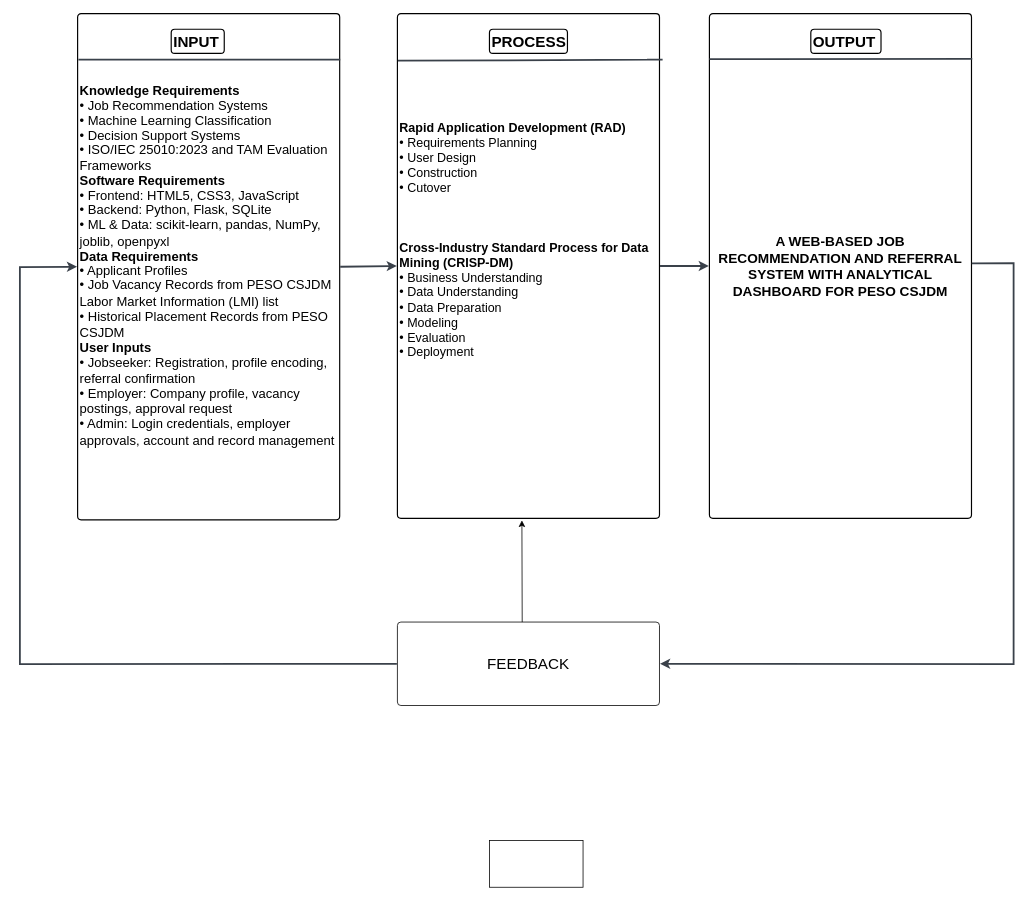
This is DOCUMENTATION/PAPER/diagrams/conceptualframework.drawio.xml from leandroalabado20/CAPSTONE, a draw.io file, before an edit. Source tidied: cells renumbered, new cells numbered last; positions are measured from the earlier drawing's top-left corner, leaving out a move shared by most shapes. Both pictures are drawn from the tidied source at 78%, with x=0, y=0 at pixel (20, 13).
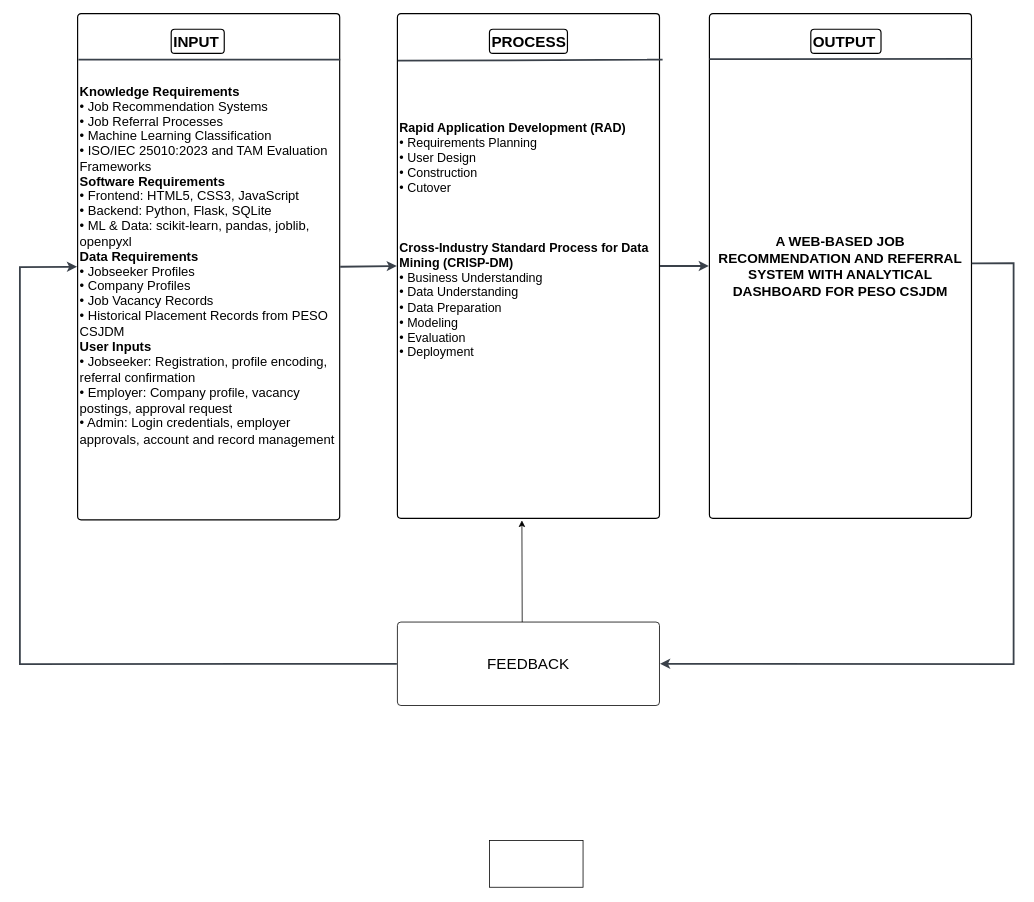
Above is the later version.

Commit message (it also covers changes not shown here):
Refactor diagrams, paper prose, and DB schema for consistency

Change to the diagram source:
```diff
@@
-    <mxCell id="2" value="&lt;div style=&quot;display: flex; justify-content: flex-start; text-align: left; align-items: baseline; font-size: 0; line-height: 1.25;margin-top: -2px;&quot;&gt;&lt;span&gt;&lt;span style=&quot;font-size:16.7px;font-weight: bold;&quot;&gt;Knowledge Requirements&lt;/span&gt;&lt;span style=&quot;font-size:16.7px;&quot;&gt;&#10;&lt;/span&gt;&lt;/span&gt;&lt;/div&gt;&lt;div style=&quot;display: flex; justify-content: flex-start; text-align: left; align-items: baseline; font-size: 0; line-height: 1.25;margin-top: -2px;&quot;&gt;&lt;span&gt;&lt;span style=&quot;font-size:16.7px;&quot;&gt;• Job Recommendation Systems&#10;&lt;/span&gt;&lt;/span&gt;&lt;/div&gt;&lt;div style=&quot;display: flex; justify-content: flex-start; text-align: left; align-items: baseline; font-size: 0; line-height: 1.25;margin-top: -2px;&quot;&gt;&lt;span&gt;&lt;span style=&quot;font-size:16.7px;&quot;&gt;• Machine Learning Classification&#10;&lt;/span&gt;&lt;/span&gt;&lt;/div&gt;&lt;div style=&quot;display: flex; justify-content: flex-start; text-align: left; align-items: baseline; font-size: 0; line-height: 1.25;margin-top: -2px;&quot;&gt;&lt;span&gt;&lt;span style=&quot;font-size:16.7px;&quot;&gt;• Decision Support Systems&#10;&lt;/span&gt;&lt;/span&gt;&lt;/div&gt;&lt;div style=&quot;display: flex; justify-content: flex-start; text-align: left; align-items: baseline; font-size: 0; line-height: 1.25;margin-top: -2px;&quot;&gt;&lt;span&gt;&lt;span style=&quot;font-size:16.7px;&quot;&gt;• ISO/IEC 25010:2023 and TAM Evaluation Frameworks&#10;&lt;/span&gt;&lt;/span&gt;&lt;/div&gt;&lt;div style=&quot;display: flex; justify-content: flex-start; text-align: left; align-items: baseline; font-size: 0; line-height: 1.25;margin-top: -2px;&quot;&gt;&lt;span&gt;&lt;span style=&quot;font-size:16.7px;&quot;&gt;&lt;span style=&quot;font-size:16.7px;font-weight: bold;&quot;&gt;Software Requirements&lt;/span&gt;&lt;span style=&quot;font-size:16.7px;&quot;&gt;&#10;&lt;/span&gt;&lt;/span&gt;&lt;/span&gt;&lt;/div&gt;&lt;div style=&quot;display: flex; justify-content: flex-start; text-align: left; align-items: baseline; font-size: 0; line-height: 1.25;margin-top: -2px;&quot;&gt;&lt;span&gt;&lt;span style=&quot;font-size:16.7px;&quot;&gt;• Frontend: HTML5, CSS3,  JavaScript&#10;&lt;/span&gt;&lt;/span&gt;&lt;/div&gt;&lt;div style=&quot;display: flex; justify-content: flex-start; text-align: left; align-items: baseline; font-size: 0; line-height: 1.25;margin-top: -2px;&quot;&gt;&lt;span&gt;&lt;span style=&quot;font-size:16.7px;&quot;&gt;• Backend: Python, Flask, SQLite&#10;&lt;/span&gt;&lt;/span&gt;&lt;/div&gt;&lt;div style=&quot;display: flex; justify-content: flex-start; text-align: left; align-items: baseline; font-size: 0; line-height: 1.25;margin-top: -2px;&quot;&gt;&lt;span&gt;&lt;span style=&quot;font-size:16.7px;&quot;&gt;• ML &amp; Data: scikit-learn, pandas, NumPy, joblib, openpyxl&#10;&lt;/span&gt;&lt;/span&gt;&lt;/div&gt;&lt;div style=&quot;display: flex; justify-content: flex-start; text-align: left; align-items: baseline; font-size: 0; line-height: 1.25;margin-top: -2px;&quot;&gt;&lt;span&gt;&lt;span style=&quot;font-size:16.7px;&quot;&gt;&lt;span style=&quot;font-size:16.7px;font-weight: bold;&quot;&gt;Data Requirements&lt;/span&gt;&lt;span style=&quot;font-size:16.7px;&quot;&gt;&#10;&lt;/span&gt;&lt;/span&gt;&lt;/span&gt;&lt;/div&gt;&lt;div style=&quot;display: flex; justify-content: flex-start; text-align: left; align-items: baseline; font-size: 0; line-height: 1.25;margin-top: -2px;&quot;&gt;&lt;span&gt;&lt;span style=&quot;font-size:16.7px;&quot;&gt;• Applicant Profiles&#10;&lt;/span&gt;&lt;/span&gt;&lt;/div&gt;&lt;div style=&quot;display: flex; justify-content: flex-start; text-align: left; align-items: baseline; font-size: 0; line-height: 1.25;margin-top: -2px;&quot;&gt;&lt;span&gt;&lt;span style=&quot;font-size:16.7px;&quot;&gt;• Job Vacancy Records from PESO CSJDM Labor Market Information (LMI) list&#10;&lt;/span&gt;&lt;/span&gt;&lt;/div&gt;&lt;div style=&quot;display: flex; justify-content: flex-start; text-align: left; align-items: baseline; font-size: 0; line-height: 1.25;margin-top: -2px;&quot;&gt;&lt;span&gt;&lt;span style=&quot;font-size:16.7px;&quot;&gt;• Historical Placement Records from PESO CSJDM&#10;&lt;/span&gt;&lt;/span&gt;&lt;/div&gt;&lt;div style=&quot;display: flex; justify-content: flex-start; text-align: left; align-items: baseline; font-size: 0; line-height: 1.25;margin-top: -2px;&quot;&gt;&lt;span&gt;&lt;span style=&quot;font-size:16.7px;&quot;&gt;&lt;span style=&quot;font-size:16.7px;font-weight: bold;&quot;&gt;User Inputs&lt;/span&gt;&lt;span style=&quot;font-size:16.7px;&quot;&gt;&#10;&lt;/span&gt;&lt;/span&gt;&lt;/span&gt;&lt;/div&gt;&lt;div style=&quot;display: flex; justify-content: flex-start; text-align: left; align-items: baseline; font-size: 0; line-height: 1.25;margin-top: -2px;&quot;&gt;&lt;span&gt;&lt;span style=&quot;font-size:16.7px;&quot;&gt;• Jobseeker: Registration, profile encoding, referral confirmation&#10;&lt;/span&gt;&lt;/span&gt;&lt;/div&gt;&lt;div style=&quot;display: flex; justify-content: flex-start; text-align: left; align-items: baseline; font-size: 0; line-height: 1.25;margin-top: -2px;&quot;&gt;&lt;span&gt;&lt;span style=&quot;font-size:16.7px;&quot;&gt;• Employer: Company profile, vacancy postings, approval request&#10;&lt;/span&gt;&lt;/span&gt;&lt;/div&gt;&lt;div style=&quot;display: flex; justify-content: flex-start; text-align: left; align-items: baseline; font-size: 0; line-height: 1.25;margin-top: -2px;&quot;&gt;&lt;span&gt;&lt;span style=&quot;font-size:16.7px;&quot;&gt;• Admin: Login credentials, employer approvals, account and record management&lt;/span&gt;&lt;/span&gt;&lt;/div&gt;" style="html=1;overflow=block;blockSpacing=1;whiteSpace=wrap;fontSize=13;spacing=3.8;verticalAlign=middle;strokeOpacity=100;fillOpacity=100;rounded=1;absoluteArcSize=1;arcSize=9;fillColor=#ffffff;strokeWidth=1.5;lucidId=98_EF07Lhfns;" parent="1" vertex="1">
+    <mxCell id="2" value="&lt;div style=&quot;display: flex; justify-content: flex-start; text-align: left; align-items: baseline; font-size: 0; line-height: 1.25;margin-top: -2px;&quot;&gt;&lt;span&gt;&lt;span style=&quot;font-size:16.7px;font-weight: bold;&quot;&gt;Knowledge Requirements&lt;/span&gt;&lt;span style=&quot;font-size:16.7px;&quot;&gt;&#10;&lt;/span&gt;&lt;/span&gt;&lt;/div&gt;&lt;div style=&quot;display: flex; justify-content: flex-start; text-align: left; align-items: baseline; font-size: 0; line-height: 1.25;margin-top: -2px;&quot;&gt;&lt;span&gt;&lt;span style=&quot;font-size:16.7px;&quot;&gt;• Job Recommendation Systems&#10;&lt;/span&gt;&lt;/span&gt;&lt;/div&gt;&lt;div style=&quot;display: flex; justify-content: flex-start; text-align: left; align-items: baseline; font-size: 0; line-height: 1.25;margin-top: -2px;&quot;&gt;&lt;span&gt;&lt;span style=&quot;font-size:16.7px;&quot;&gt;• Job Referral Processes&#10;&lt;/span&gt;&lt;/span&gt;&lt;/div&gt;&lt;div style=&quot;display: flex; justify-content: flex-start; text-align: left; align-items: baseline; font-size: 0; line-height: 1.25;margin-top: -2px;&quot;&gt;&lt;span&gt;&lt;span style=&quot;font-size:16.7px;&quot;&gt;• Machine Learning Classification&#10;&lt;/span&gt;&lt;/span&gt;&lt;/div&gt;&lt;div style=&quot;display: flex; justify-content: flex-start; text-align: left; align-items: baseline; font-size: 0; line-height: 1.25;margin-top: -2px;&quot;&gt;&lt;span&gt;&lt;span style=&quot;font-size:16.7px;&quot;&gt;• ISO/IEC 25010:2023 and TAM Evaluation Frameworks&#10;&lt;/span&gt;&lt;/span&gt;&lt;/div&gt;&lt;div style=&quot;display: flex; justify-content: flex-start; text-align: left; align-items: baseline; font-size: 0; line-height: 1.25;margin-top: -2px;&quot;&gt;&lt;span&gt;&lt;span style=&quot;font-size:16.7px;&quot;&gt;&lt;span style=&quot;font-size:16.7px;font-weight: bold;&quot;&gt;Software Requirements&lt;/span&gt;&lt;span style=&quot;font-size:16.7px;&quot;&gt;&#10;&lt;/span&gt;&lt;/span&gt;&lt;/span&gt;&lt;/div&gt;&lt;div style=&quot;display: flex; justify-content: flex-start; text-align: left; align-items: baseline; font-size: 0; line-height: 1.25;margin-top: -2px;&quot;&gt;&lt;span&gt;&lt;span style=&quot;font-size:16.7px;&quot;&gt;• Frontend: HTML5, CSS3,  JavaScript&#10;&lt;/span&gt;&lt;/span&gt;&lt;/div&gt;&lt;div style=&quot;display: flex; justify-content: flex-start; text-align: left; align-items: baseline; font-size: 0; line-height: 1.25;margin-top: -2px;&quot;&gt;&lt;span&gt;&lt;span style=&quot;font-size:16.7px;&quot;&gt;• Backend: Python, Flask, SQLite&#10;&lt;/span&gt;&lt;/span&gt;&lt;/div&gt;&lt;div style=&quot;display: flex; justify-content: flex-start; text-align: left; align-items: baseline; font-size: 0; line-height: 1.25;margin-top: -2px;&quot;&gt;&lt;span&gt;&lt;span style=&quot;font-size:16.7px;&quot;&gt;• ML &amp; Data: scikit-learn, pandas, joblib, openpyxl&#10;&lt;/span&gt;&lt;/span&gt;&lt;/div&gt;&lt;div style=&quot;display: flex; justify-content: flex-start; text-align: left; align-items: baseline; font-size: 0; line-height: 1.25;margin-top: -2px;&quot;&gt;&lt;span&gt;&lt;span style=&quot;font-size:16.7px;&quot;&gt;&lt;span style=&quot;font-size:16.7px;font-weight: bold;&quot;&gt;Data Requirements&lt;/span&gt;&lt;span style=&quot;font-size:16.7px;&quot;&gt;&#10;&lt;/span&gt;&lt;/span&gt;&lt;/span&gt;&lt;/div&gt;&lt;div style=&quot;display: flex; justify-content: flex-start; text-align: left; align-items: baseline; font-size: 0; line-height: 1.25;margin-top: -2px;&quot;&gt;&lt;span&gt;&lt;span style=&quot;font-size:16.7px;&quot;&gt;• Jobseeker Profiles&#10;&lt;/span&gt;&lt;/span&gt;&lt;/div&gt;&lt;div style=&quot;display: flex; justify-content: flex-start; text-align: left; align-items: baseline; font-size: 0; line-height: 1.25;margin-top: -2px;&quot;&gt;&lt;span&gt;&lt;span style=&quot;font-size:16.7px;&quot;&gt;• Company Profiles&#10;&lt;/span&gt;&lt;/span&gt;&lt;/div&gt;&lt;div style=&quot;display: flex; justify-content: flex-start; text-align: left; align-items: baseline; font-size: 0; line-height: 1.25;margin-top: -2px;&quot;&gt;&lt;span&gt;&lt;span style=&quot;font-size:16.7px;&quot;&gt;• Job Vacancy Records&#10;&lt;/span&gt;&lt;/span&gt;&lt;/div&gt;&lt;div style=&quot;display: flex; justify-content: flex-start; text-align: left; align-items: baseline; font-size: 0; line-height: 1.25;margin-top: -2px;&quot;&gt;&lt;span&gt;&lt;span style=&quot;font-size:16.7px;&quot;&gt;• Historical Placement Records from PESO CSJDM&#10;&lt;/span&gt;&lt;/span&gt;&lt;/div&gt;&lt;div style=&quot;display: flex; justify-content: flex-start; text-align: left; align-items: baseline; font-size: 0; line-height: 1.25;margin-top: -2px;&quot;&gt;&lt;span&gt;&lt;span style=&quot;font-size:16.7px;&quot;&gt;&lt;span style=&quot;font-size:16.7px;font-weight: bold;&quot;&gt;User Inputs&lt;/span&gt;&lt;span style=&quot;font-size:16.7px;&quot;&gt;&#10;&lt;/span&gt;&lt;/span&gt;&lt;/span&gt;&lt;/div&gt;&lt;div style=&quot;display: flex; justify-content: flex-start; text-align: left; align-items: baseline; font-size: 0; line-height: 1.25;margin-top: -2px;&quot;&gt;&lt;span&gt;&lt;span style=&quot;font-size:16.7px;&quot;&gt;• Jobseeker: Registration, profile encoding, referral confirmation&#10;&lt;/span&gt;&lt;/span&gt;&lt;/div&gt;&lt;div style=&quot;display: flex; justify-content: flex-start; text-align: left; align-items: baseline; font-size: 0; line-height: 1.25;margin-top: -2px;&quot;&gt;&lt;span&gt;&lt;span style=&quot;font-size:16.7px;&quot;&gt;• Employer: Company profile, vacancy postings, approval request&#10;&lt;/span&gt;&lt;/span&gt;&lt;/div&gt;&lt;div style=&quot;display: flex; justify-content: flex-start; text-align: left; align-items: baseline; font-size: 0; line-height: 1.25;margin-top: -2px;&quot;&gt;&lt;span&gt;&lt;span style=&quot;font-size:16.7px;&quot;&gt;• Admin: Login credentials, employer approvals, account and record management&lt;/span&gt;&lt;/span&gt;&lt;/div&gt;" style="html=1;overflow=block;blockSpacing=1;whiteSpace=wrap;fontSize=13;spacing=3.8;verticalAlign=middle;strokeOpacity=100;fillOpacity=100;rounded=1;absoluteArcSize=1;arcSize=9;fillColor=#ffffff;strokeWidth=1.5;lucidId=98_EF07Lhfns;" parent="1" vertex="1">
       <mxGeometry x="74" width="336" height="649" as="geometry" />
     </mxCell>
```
